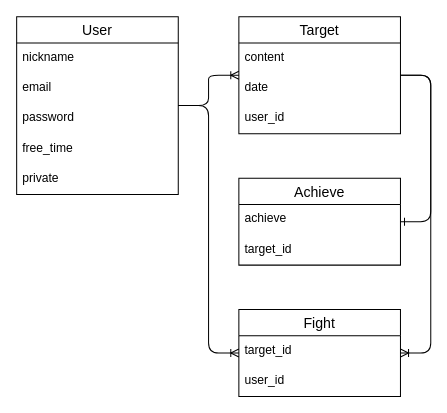
This is mlg.dio from akiramenowaruiotoko/my-life-game, a draw.io file, before an edit. Source tidied: cells renumbered, new cells numbered last; positions are measured from the earlier drawing's top-left corner, leaving out a move shared by most shapes. Both pictures are drawn from the tidied source at 101%, with x=0, y=0 at pixel (16, 16).
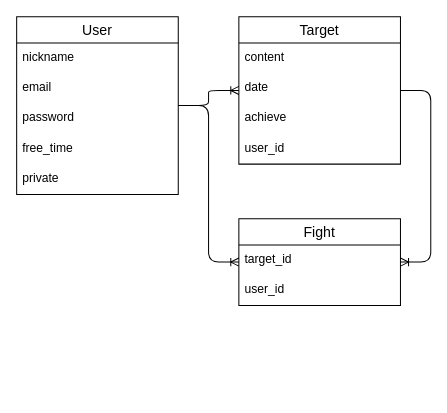
The same page after the edit.

Diff of the diagram source:
```diff
@@
-    <mxCell id="2" style="edgeStyle=entityRelationEdgeStyle;fontSize=12;html=1;endArrow=ERone;endFill=1;" parent="1" edge="1" source="5" target="16">
-      <mxGeometry relative="1" as="geometry" />
-    </mxCell>
@@
     <mxCell id="5" value="Target" style="swimlane;fontStyle=0;horizontal=1;startSize=26;align=center;fontSize=14;" parent="1" vertex="1">
-      <mxGeometry x="220" width="160" height="116" as="geometry" />
+      <mxGeometry x="220" width="160" height="146" as="geometry" />
     </mxCell>
@@
+    <mxCell id="17" value="achieve" style="text;strokeColor=none;fillColor=none;spacingLeft=4;spacingRight=4;overflow=hidden;fontSize=12;" parent="5" vertex="1">
+      <mxGeometry y="86" width="160" height="30" as="geometry" />
+    </mxCell>
     <mxCell id="8" value="user_id" style="text;strokeColor=none;fillColor=none;spacingLeft=4;spacingRight=4;overflow=hidden;fontSize=12;" parent="5" vertex="1">
-      <mxGeometry y="86" width="160" height="30" as="geometry" />
+      <mxGeometry y="116" width="160" height="30" as="geometry" />
     </mxCell>
@@
-    <mxCell id="16" value="Achieve" style="swimlane;fontStyle=0;horizontal=1;startSize=26;align=center;fontSize=14;" parent="1" vertex="1">
-      <mxGeometry x="220" y="160" width="160" height="86" as="geometry" />
-    </mxCell>
-    <mxCell id="17" value="achieve" style="text;strokeColor=none;fillColor=none;spacingLeft=4;spacingRight=4;overflow=hidden;fontSize=12;" parent="16" vertex="1">
-      <mxGeometry y="26" width="160" height="30" as="geometry" />
-    </mxCell>
-    <mxCell id="18" value="target_id" style="text;strokeColor=none;fillColor=none;spacingLeft=4;spacingRight=4;overflow=hidden;fontSize=12;" parent="16" vertex="1">
-      <mxGeometry y="56" width="160" height="30" as="geometry" />
-    </mxCell>
     <mxCell id="19" value="Fight" style="swimlane;fontStyle=0;horizontal=1;startSize=26;align=center;fontSize=14;" parent="1" vertex="1">
-      <mxGeometry x="220" y="290" width="160" height="86" as="geometry" />
+      <mxGeometry x="220" y="200" width="160" height="86" as="geometry" />
     </mxCell>
```
